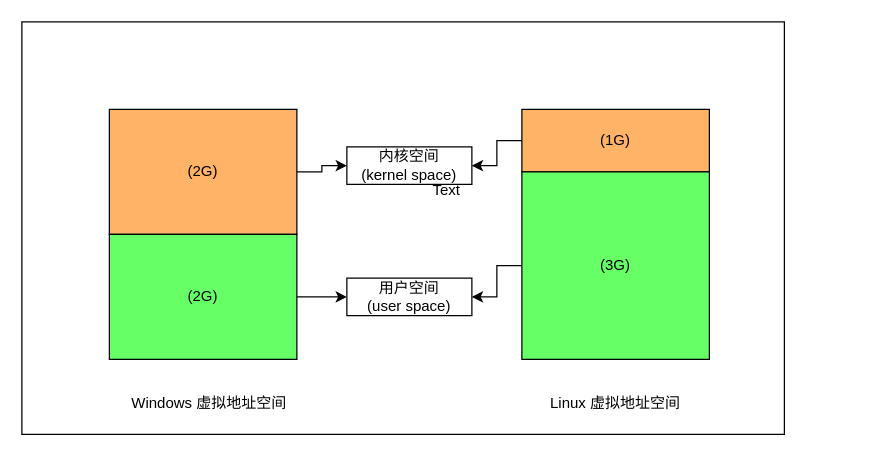
1595901624/GitTest keeps this draw.io diagram as 内存.drawio. Above is the earlier version. Source tidied: cells renumbered, new cells numbered last; positions are measured from the earlier drawing's top-left corner, leaving out a move shared by most shapes. Both pictures are drawn from the tidied source at 125%, with x=0, y=0 at pixel (21, 21).
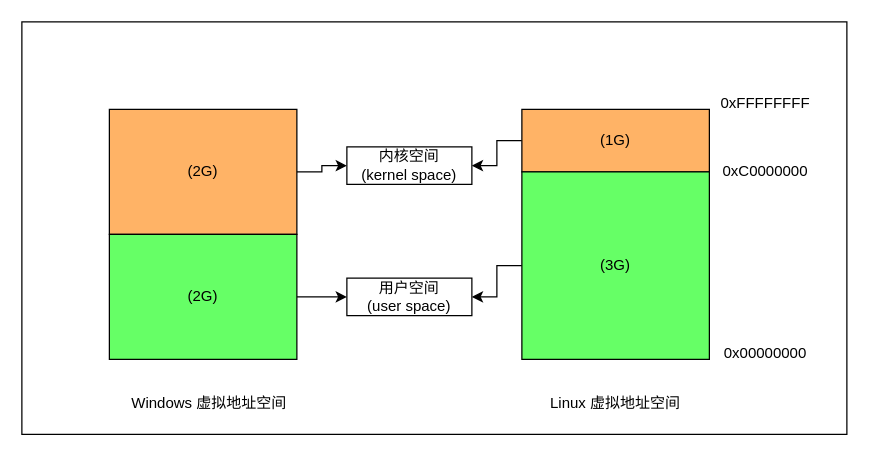
Above is the later version.

Change to the diagram source:
```diff
@@
 <mxGraphModel>
   <root>
     <mxCell id="0" />
     <mxCell id="1" parent="0" />
     <mxCell id="2" style="rounded=0;whiteSpace=wrap;html=1;" parent="1" vertex="1">
-      <mxGeometry width="610" height="330" as="geometry" />
+      <mxGeometry width="660" height="330" as="geometry" />
     </mxCell>
     <mxCell id="3" style="edgeStyle=orthogonalEdgeStyle;rounded=0;jettySize=auto;html=1;exitX=1;exitY=0.5;exitDx=0;exitDy=0;" parent="1" edge="1" source="4" target="12">
       <mxGeometry relative="1" as="geometry" />
     </mxCell>
     <mxCell id="4" value="(2G)" style="rounded=0;whiteSpace=wrap;html=1;fillColor=#FFB366;" parent="1" vertex="1">
       <mxGeometry x="70" y="70" width="150" height="100" as="geometry" />
     </mxCell>
     <mxCell id="5" style="edgeStyle=orthogonalEdgeStyle;rounded=0;jettySize=auto;html=1;" parent="1" edge="1" source="6" target="11">
       <mxGeometry relative="1" as="geometry" />
     </mxCell>
     <mxCell id="6" value="(2G)" style="rounded=0;whiteSpace=wrap;html=1;fillColor=#66FF66;" parent="1" vertex="1">
       <mxGeometry x="70" y="170" width="150" height="100" as="geometry" />
     </mxCell>
     <mxCell id="7" style="edgeStyle=orthogonalEdgeStyle;rounded=0;jettySize=auto;html=1;" parent="1" edge="1" source="8" target="12">
       <mxGeometry relative="1" as="geometry" />
     </mxCell>
     <mxCell id="8" value="(1G)" style="rounded=0;whiteSpace=wrap;html=1;fillColor=#FFB366;" parent="1" vertex="1">
       <mxGeometry x="400" y="70" width="150" height="50" as="geometry" />
     </mxCell>
     <mxCell id="9" style="edgeStyle=orthogonalEdgeStyle;rounded=0;jettySize=auto;html=1;exitX=0;exitY=0.5;exitDx=0;exitDy=0;entryX=1;entryY=0.5;entryDx=0;entryDy=0;" parent="1" edge="1" source="10" target="11">
       <mxGeometry relative="1" as="geometry" />
     </mxCell>
     <mxCell id="10" value="(3G)" style="rounded=0;whiteSpace=wrap;html=1;fillColor=#66FF66;" parent="1" vertex="1">
       <mxGeometry x="400" y="120" width="150" height="150" as="geometry" />
     </mxCell>
     <mxCell id="11" value="用户空间&lt;br&gt;(user space)" style="text;html=1;strokeColor=default;fillColor=none;align=center;verticalAlign=middle;whiteSpace=wrap;rounded=0;" parent="1" vertex="1">
       <mxGeometry x="260" y="205" width="100" height="30" as="geometry" />
     </mxCell>
     <mxCell id="12" value="内核空间&lt;br&gt;(kernel space)" style="text;html=1;strokeColor=default;fillColor=none;align=center;verticalAlign=middle;whiteSpace=wrap;rounded=0;" parent="1" vertex="1">
       <mxGeometry x="260" y="100" width="100" height="30" as="geometry" />
     </mxCell>
-    <mxCell id="13" value="Text" style="text;html=1;strokeColor=none;fillColor=none;align=center;verticalAlign=middle;whiteSpace=wrap;rounded=0;" parent="1" vertex="1">
-      <mxGeometry x="310" y="120" width="60" height="30" as="geometry" />
-    </mxCell>
     <mxCell id="14" value="Windows 虚拟地址空间" style="text;html=1;strokeColor=none;fillColor=none;align=center;verticalAlign=middle;whiteSpace=wrap;rounded=0;" parent="1" vertex="1">
       <mxGeometry x="80" y="290" width="140" height="30" as="geometry" />
     </mxCell>
     <mxCell id="15" value="Linux 虚拟地址空间" style="text;html=1;strokeColor=none;fillColor=none;align=center;verticalAlign=middle;whiteSpace=wrap;rounded=0;" parent="1" vertex="1">
       <mxGeometry x="405" y="290" width="140" height="30" as="geometry" />
     </mxCell>
+    <mxCell id="16" value="0x00000000" style="text;html=1;strokeColor=none;fillColor=none;align=center;verticalAlign=middle;whiteSpace=wrap;rounded=0;" parent="1" vertex="1">
+      <mxGeometry x="560" y="250" width="70" height="30" as="geometry" />
+    </mxCell>
+    <mxCell id="17" value="0xC0000000" style="text;html=1;strokeColor=none;fillColor=none;align=center;verticalAlign=middle;whiteSpace=wrap;rounded=0;" parent="1" vertex="1">
+      <mxGeometry x="560" y="105" width="70" height="30" as="geometry" />
+    </mxCell>
+    <mxCell id="18" value="0xFFFFFFFF" style="text;html=1;strokeColor=none;fillColor=none;align=center;verticalAlign=middle;whiteSpace=wrap;rounded=0;" parent="1" vertex="1">
+      <mxGeometry x="560" y="50" width="70" height="30" as="geometry" />
+    </mxCell>
   </root>
 </mxGraphModel>
```
